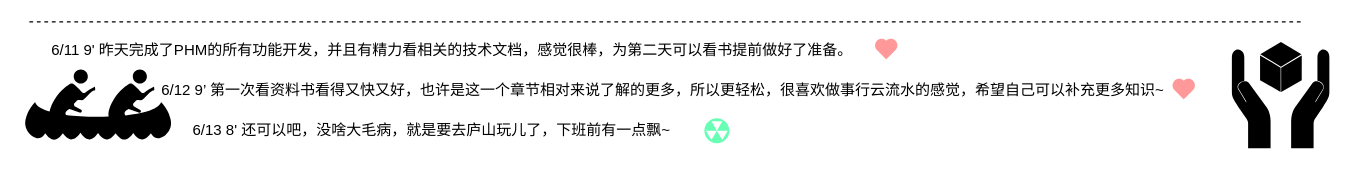
The draw.io diagram page "Page-2" (2 of 2) of Untitled Diagram.drawio in adnabb/Hello-World, before the edit. Source tidied: cells renumbered, new cells numbered last; positions are measured from the earlier drawing's top-left corner, leaving out a move shared by most shapes. Both pictures are drawn from the tidied source at 125%, with x=0, y=0 at pixel (21, 21).
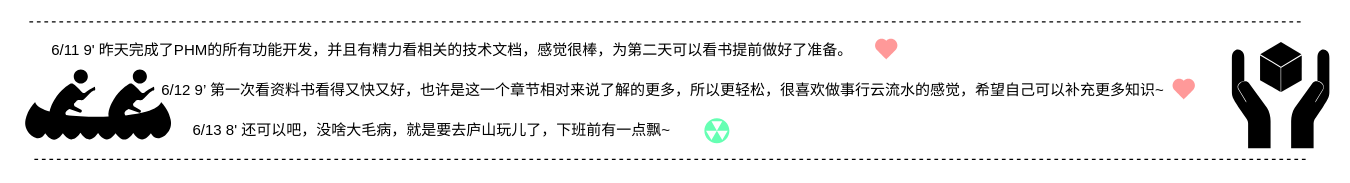
The same page after the edit.

Change to the diagram source:
```diff
@@
 <mxGraphModel>
   <root>
     <mxCell id="0" />
     <mxCell id="1" parent="0" />
     <mxCell id="2" style="endArrow=none;dashed=1;html=1;" parent="1" edge="1">
       <mxGeometry relative="1" as="geometry">
         <mxPoint x="6" as="sourcePoint" />
         <mxPoint x="1026" as="targetPoint" />
       </mxGeometry>
     </mxCell>
     <mxCell id="3" value="6/11 9' 昨天完成了PHM的所有功能开发，并且有精力看相关的技术文档，感觉很棒，为第二天可以看书提前做好了准备。" style="text;html=1;align=left;verticalAlign=top;spacingTop=-4;" parent="1" vertex="1">
       <mxGeometry x="22" y="13" width="660" height="20" as="geometry" />
     </mxCell>
     <mxCell id="4" style="shape=mxgraph.signs.healthcare.heart_1;html=1;fillColor=#FF9999;strokeColor=none;verticalLabelPosition=bottom;verticalAlign=top;align=center;fontColor=#FF9999;" parent="1" vertex="1">
       <mxGeometry x="682" y="13" width="19" height="17" as="geometry" />
     </mxCell>
     <mxCell id="5" style="edgeStyle=orthogonalEdgeStyle;rounded=0;orthogonalLoop=1;jettySize=auto;html=1;exitX=0.07;exitY=0.5;exitDx=0;exitDy=0;exitPerimeter=0;entryX=0.07;entryY=0.5;entryDx=0;entryDy=0;entryPerimeter=0;" parent="1" edge="1" source="4" target="4">
       <mxGeometry relative="1" as="geometry" />
     </mxCell>
     <mxCell id="6" style="shape=mxgraph.signs.sports.canoe_2;html=1;fillColor=#000000;strokeColor=none;verticalLabelPosition=bottom;verticalAlign=top;align=center;fontColor=#FF9999;" parent="1" vertex="1">
       <mxGeometry y="38" width="122" height="58" as="geometry" />
     </mxCell>
     <mxCell id="7" value="6/12 9’ 第一次看资料书看得又快又好，也许是这一个章节相对来说了解的更多，所以更轻松，很喜欢做事行云流水的感觉，希望自己可以补充更多知识~" style="text;html=1;align=left;verticalAlign=top;spacingTop=-4;" parent="1" vertex="1">
       <mxGeometry x="110" y="45" width="820" height="20" as="geometry" />
     </mxCell>
     <mxCell id="8" style="shape=mxgraph.signs.healthcare.heart_1;html=1;fillColor=#FF9999;strokeColor=none;verticalLabelPosition=bottom;verticalAlign=top;align=center;fontColor=#FF9999;" parent="1" vertex="1">
       <mxGeometry x="920" y="45" width="19" height="17" as="geometry" />
     </mxCell>
     <mxCell id="9" style="shape=mxgraph.signs.safety.handle_with_care;html=1;fillColor=#000000;strokeColor=none;verticalLabelPosition=bottom;verticalAlign=top;align=center;" parent="1" vertex="1">
       <mxGeometry x="968" y="16" width="78" height="85" as="geometry" />
     </mxCell>
     <mxCell id="10" value="6/13 8' 还可以吧，没啥大毛病，就是要去庐山玩儿了，下班前有一点飘~" style="text;html=1;align=left;verticalAlign=top;spacingTop=-4;" parent="1" vertex="1">
       <mxGeometry x="135" y="77" width="400" height="20" as="geometry" />
     </mxCell>
     <mxCell id="11" style="shape=mxgraph.signs.safety.fallout_shelter;html=1;fillColor=#66FFB3;strokeColor=none;verticalLabelPosition=bottom;verticalAlign=top;align=center;" parent="1" vertex="1">
       <mxGeometry x="546" y="77" width="20" height="20" as="geometry" />
     </mxCell>
+    <mxCell id="12" style="endArrow=none;dashed=1;html=1;" parent="1" edge="1">
+      <mxGeometry relative="1" as="geometry">
+        <mxPoint x="10" y="110" as="sourcePoint" />
+        <mxPoint x="1030" y="110" as="targetPoint" />
+      </mxGeometry>
+    </mxCell>
   </root>
 </mxGraphModel>
```
